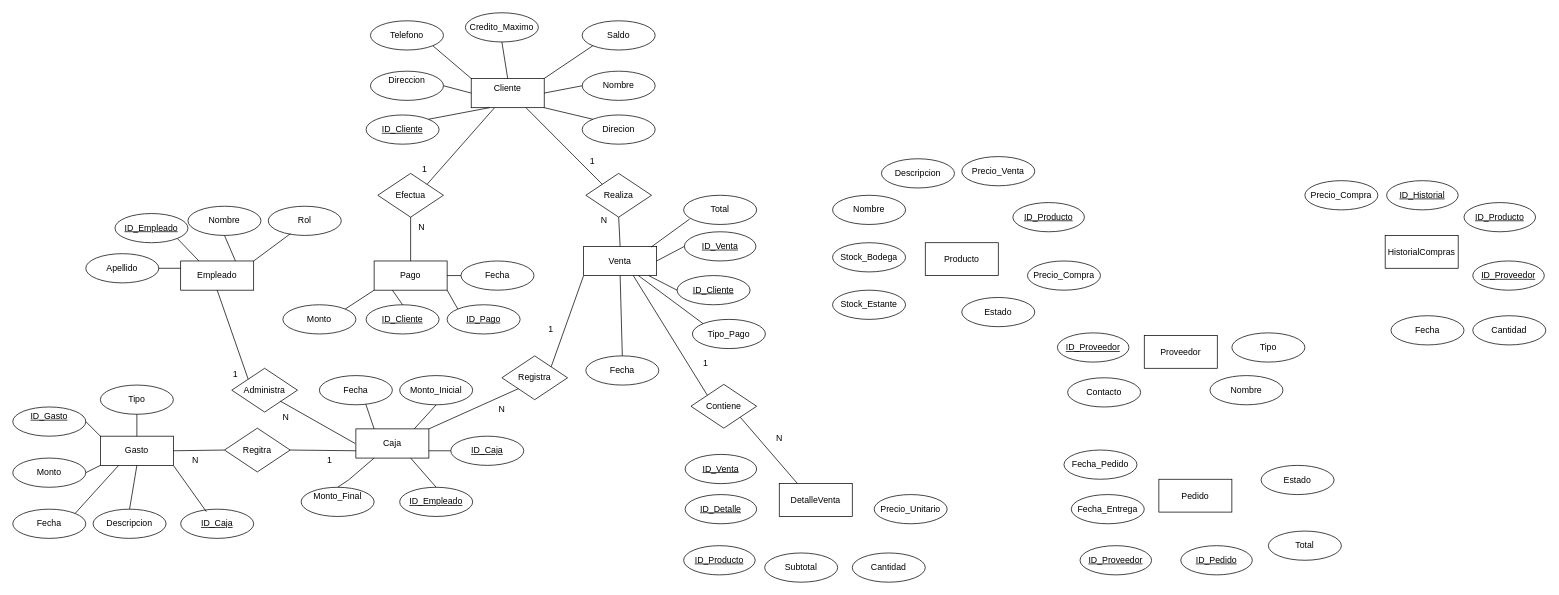
Above: Tarea4.drawio in Csandoval-dev/EtlExamenI (draw.io), before the change. Source tidied: cells renumbered, new cells numbered last; positions are measured from the earlier drawing's top-left corner, leaving out a move shared by most shapes. Both pictures are drawn from the tidied source at 73%, with x=0, y=0 at pixel (12, 12).
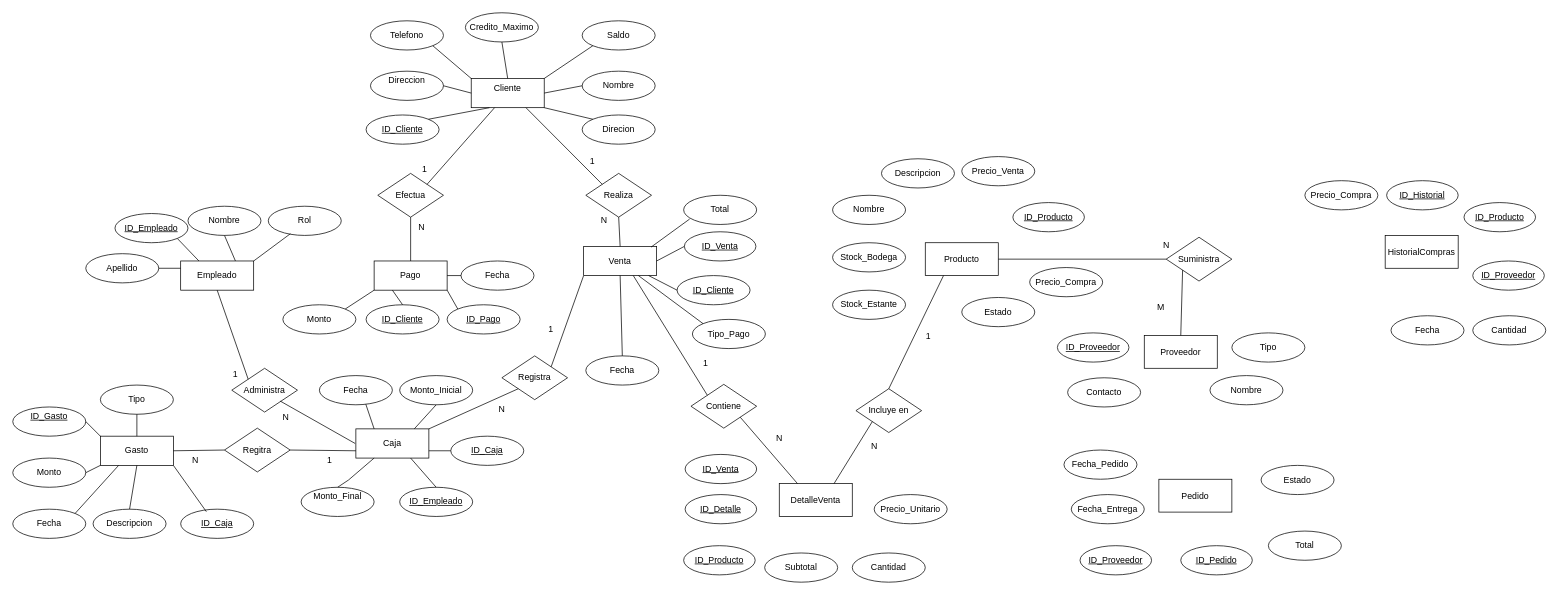
Above is the later version.

The change refers to these unchanged cells:
```xml
<mxCell id="95" value="Producto" style="whiteSpace=wrap;html=1;align=center;" parent="1" vertex="1">
  <mxGeometry x="1250" y="315" width="100" height="45" as="geometry" />
</mxCell>
<mxCell id="104" value="Proveedor" style="whiteSpace=wrap;html=1;align=center;" parent="1" vertex="1">
  <mxGeometry x="1550" y="442" width="100" height="45" as="geometry" />
</mxCell>
<mxCell id="116" value="DetalleVenta" style="whiteSpace=wrap;html=1;align=center;" parent="1" vertex="1">
  <mxGeometry x="1050" y="645" width="100" height="45" as="geometry" />
</mxCell>
```

What changed in the source:
```diff
@@
     <mxCell id="99" value="Precio_Compra" style="ellipse;whiteSpace=wrap;html=1;align=center;" parent="1" vertex="1">
-      <mxGeometry x="1390" y="340" width="100" height="40" as="geometry" />
+      <mxGeometry x="1393" y="349" width="100" height="40" as="geometry" />
     </mxCell>
@@
+    <mxCell id="135" value="Incluye en" style="shape=rhombus;perimeter=rhombusPerimeter;whiteSpace=wrap;html=1;align=center;" parent="1" vertex="1">
+      <mxGeometry x="1155" y="515" width="90" height="60" as="geometry" />
+    </mxCell>
+    <mxCell id="136" style="endArrow=none;html=1;rounded=0;exitX=0;exitY=1;exitDx=0;exitDy=0;entryX=0.75;entryY=0;entryDx=0;entryDy=0;" parent="1" edge="1" source="135" target="116">
+      <mxGeometry relative="1" as="geometry" />
+    </mxCell>
+    <mxCell id="137" style="endArrow=none;html=1;rounded=0;entryX=0.5;entryY=0;entryDx=0;entryDy=0;exitX=0.25;exitY=1;exitDx=0;exitDy=0;" parent="1" edge="1" source="95" target="135">
+      <mxGeometry relative="1" as="geometry" />
+    </mxCell>
+    <mxCell id="138" value="1" style="text;strokeColor=none;fillColor=none;spacingLeft=4;spacingRight=4;overflow=hidden;fontSize=12;whiteSpace=wrap;html=1;" parent="1" vertex="1">
+      <mxGeometry x="1245" y="430" width="40" height="30" as="geometry" />
+    </mxCell>
+    <mxCell id="139" value="N" style="text;strokeColor=none;fillColor=none;spacingLeft=4;spacingRight=4;overflow=hidden;fontSize=12;whiteSpace=wrap;html=1;" parent="1" vertex="1">
+      <mxGeometry x="1170" y="580" width="40" height="30" as="geometry" />
+    </mxCell>
+    <mxCell id="140" value="Suministra" style="shape=rhombus;perimeter=rhombusPerimeter;whiteSpace=wrap;html=1;align=center;" parent="1" vertex="1">
+      <mxGeometry x="1580" y="307.5" width="90" height="60" as="geometry" />
+    </mxCell>
+    <mxCell id="141" style="endArrow=none;html=1;rounded=0;entryX=0;entryY=0.5;entryDx=0;entryDy=0;exitX=1;exitY=0.5;exitDx=0;exitDy=0;" parent="1" edge="1" source="95" target="140">
+      <mxGeometry relative="1" as="geometry" />
+    </mxCell>
+    <mxCell id="142" style="endArrow=none;html=1;rounded=0;entryX=0.5;entryY=0;entryDx=0;entryDy=0;exitX=0;exitY=1;exitDx=0;exitDy=0;" parent="1" edge="1" source="140" target="104">
+      <mxGeometry relative="1" as="geometry" />
+    </mxCell>
+    <mxCell id="143" value="N" style="text;strokeColor=none;fillColor=none;spacingLeft=4;spacingRight=4;overflow=hidden;fontSize=12;whiteSpace=wrap;html=1;" parent="1" vertex="1">
+      <mxGeometry x="1570" y="305" width="40" height="30" as="geometry" />
+    </mxCell>
+    <mxCell id="144" value="M" style="text;strokeColor=none;fillColor=none;spacingLeft=4;spacingRight=4;overflow=hidden;fontSize=12;whiteSpace=wrap;html=1;" parent="1" vertex="1">
+      <mxGeometry x="1562" y="390" width="40" height="30" as="geometry" />
+    </mxCell>
```
